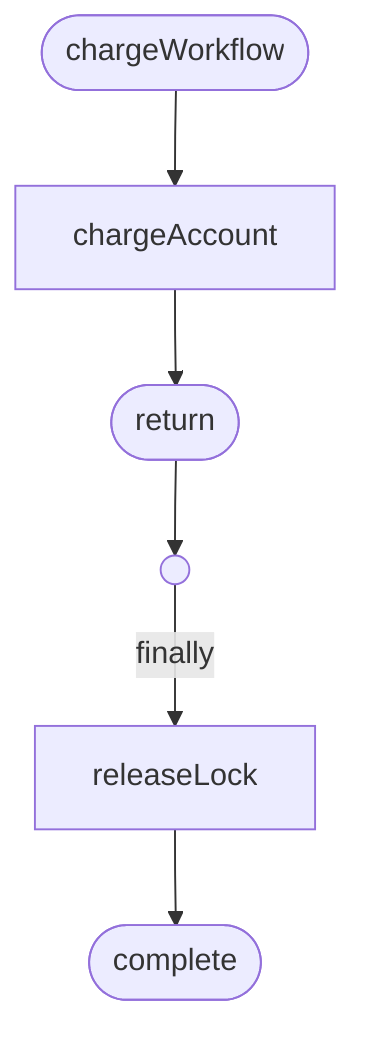
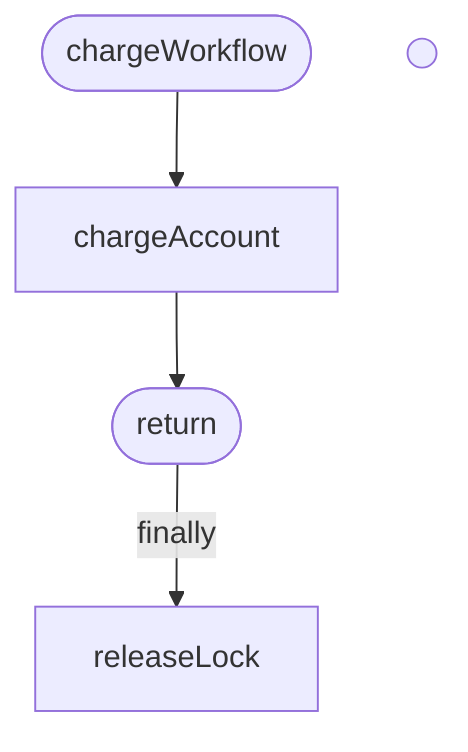
flowchart TD
  start(["chargeWorkflow"])
  n1(( ))
  flow_chargeWorkflow_2["chargeAccount"]
  flow_chargeWorkflow_3(["return"])
-   flow_chargeWorkflow_4["releaseLock"]
-   complete(["complete"])
+   flow_chargeWorkflow_4_finally_0["releaseLock"]
  start --> flow_chargeWorkflow_2
  flow_chargeWorkflow_2 --> flow_chargeWorkflow_3
-   flow_chargeWorkflow_3 --> n1
-   n1 -->|"finally"| flow_chargeWorkflow_4
-   flow_chargeWorkflow_4 --> complete
+   flow_chargeWorkflow_3 -->|"finally"| flow_chargeWorkflow_4_finally_0
